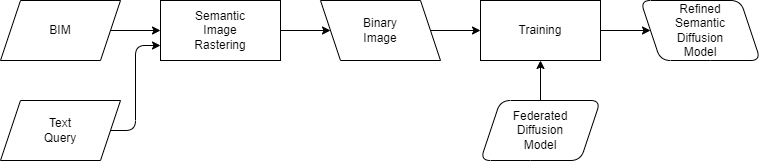
Earlier version of the draw.io export images/semantic_binary_model_train.drawio.png (AI4SC/bim-diffusion-models). Source tidied: cells renumbered, new cells last; positions are measured from the earlier drawing's top-left corner, leaving out a move shared by most shapes. Its diagram source:
```xml
<mxGraphModel>
  <root>
    <mxCell id="0" />
    <mxCell id="1" parent="0" />
    <mxCell id="2" style="edgeStyle=elbowEdgeStyle;html=1;exitX=1;exitY=0.5;exitDx=0;exitDy=0;entryX=0;entryY=0.75;entryDx=0;entryDy=0;" parent="1" edge="1" source="3" target="5">
      <mxGeometry relative="1" as="geometry" />
    </mxCell>
    <mxCell id="3" value="Text&lt;br&gt;Query" style="shape=parallelogram;perimeter=parallelogramPerimeter;whiteSpace=wrap;html=1;fixedSize=1;" parent="1" vertex="1">
      <mxGeometry y="100" width="120" height="60" as="geometry" />
    </mxCell>
    <mxCell id="4" value="Binary&lt;br&gt;Image" style="shape=parallelogram;perimeter=parallelogramPerimeter;whiteSpace=wrap;html=1;fixedSize=1;flipH=1;" parent="1" vertex="1">
      <mxGeometry x="320" width="120" height="60" as="geometry" />
    </mxCell>
    <mxCell id="5" value="Semantic&lt;br&gt;Image&lt;br style=&quot;border-color: var(--border-color);&quot;&gt;Rastering" style="rounded=0;whiteSpace=wrap;html=1;" parent="1" vertex="1">
      <mxGeometry x="160" width="120" height="60" as="geometry" />
    </mxCell>
    <mxCell id="6" value="Refined&lt;br&gt;Semantic&lt;br&gt;Diffusion&lt;br style=&quot;border-color: var(--border-color);&quot;&gt;Model" style="shape=parallelogram;perimeter=parallelogramPerimeter;whiteSpace=wrap;html=1;fixedSize=1;flipH=1;rounded=1;" parent="1" vertex="1">
      <mxGeometry x="640" width="120" height="60" as="geometry" />
    </mxCell>
    <mxCell id="7" value="Training" style="rounded=0;whiteSpace=wrap;html=1;" parent="1" vertex="1">
      <mxGeometry x="480" width="120" height="60" as="geometry" />
    </mxCell>
    <mxCell id="8" style="endArrow=classic;html=1;exitX=1;exitY=0.5;exitDx=0;exitDy=0;entryX=0;entryY=0.5;entryDx=0;entryDy=0;" parent="1" edge="1" source="4" target="7">
      <mxGeometry relative="1" as="geometry" />
    </mxCell>
    <mxCell id="9" style="endArrow=classic;html=1;exitX=1;exitY=0.5;exitDx=0;exitDy=0;entryX=0;entryY=0.5;entryDx=0;entryDy=0;" parent="1" edge="1" source="5" target="4">
      <mxGeometry relative="1" as="geometry" />
    </mxCell>
    <mxCell id="10" style="endArrow=classic;html=1;exitX=1;exitY=0.5;exitDx=0;exitDy=0;entryX=0;entryY=0.5;entryDx=0;entryDy=0;" parent="1" edge="1" source="7" target="6">
      <mxGeometry relative="1" as="geometry" />
    </mxCell>
    <mxCell id="11" value="BIM" style="shape=parallelogram;perimeter=parallelogramPerimeter;whiteSpace=wrap;html=1;fixedSize=1;flipH=0;" parent="1" vertex="1">
      <mxGeometry width="120" height="60" as="geometry" />
    </mxCell>
    <mxCell id="12" style="edgeStyle=none;html=1;exitX=1;exitY=0.5;exitDx=0;exitDy=0;entryX=0;entryY=0.5;entryDx=0;entryDy=0;" parent="1" edge="1" source="11" target="5">
      <mxGeometry relative="1" as="geometry" />
    </mxCell>
    <mxCell id="13" style="endArrow=classic;html=1;exitX=0.5;exitY=0;exitDx=0;exitDy=0;" parent="1" edge="1" source="14">
      <mxGeometry relative="1" as="geometry">
        <mxPoint x="540" y="60" as="targetPoint" />
      </mxGeometry>
    </mxCell>
    <mxCell id="14" value="Federated&lt;br&gt;Diffusion&lt;br style=&quot;border-color: var(--border-color);&quot;&gt;Model" style="shape=parallelogram;perimeter=parallelogramPerimeter;whiteSpace=wrap;html=1;fixedSize=1;flipH=0;rounded=1;" parent="13" vertex="1">
      <mxGeometry x="600" y="240" width="120" height="60" as="geometry" />
    </mxCell>
  </root>
</mxGraphModel>
```
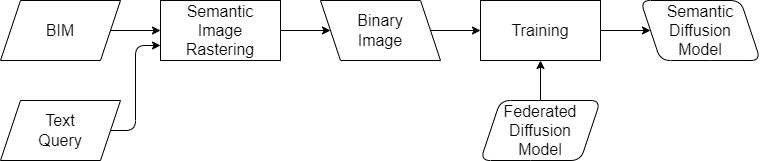
Above is the later version.

Change to the diagram source:
```diff
@@ -2,45 +2,45 @@
   <root>
     <mxCell id="0" />
     <mxCell id="1" parent="0" />
-    <mxCell id="2" style="edgeStyle=elbowEdgeStyle;html=1;exitX=1;exitY=0.5;exitDx=0;exitDy=0;entryX=0;entryY=0.75;entryDx=0;entryDy=0;" parent="1" edge="1" source="3" target="5">
+    <mxCell id="2" style="edgeStyle=elbowEdgeStyle;html=1;exitX=1;exitY=0.5;exitDx=0;exitDy=0;entryX=0;entryY=0.75;entryDx=0;entryDy=0;fontSize=16;" parent="1" edge="1" source="3" target="5">
       <mxGeometry relative="1" as="geometry" />
     </mxCell>
-    <mxCell id="3" value="Text&lt;br&gt;Query" style="shape=parallelogram;perimeter=parallelogramPerimeter;whiteSpace=wrap;html=1;fixedSize=1;" parent="1" vertex="1">
+    <mxCell id="3" value="Text&lt;br style=&quot;font-size: 16px;&quot;&gt;Query" style="shape=parallelogram;perimeter=parallelogramPerimeter;whiteSpace=wrap;html=1;fixedSize=1;fontSize=16;" parent="1" vertex="1">
       <mxGeometry y="100" width="120" height="60" as="geometry" />
     </mxCell>
-    <mxCell id="4" value="Binary&lt;br&gt;Image" style="shape=parallelogram;perimeter=parallelogramPerimeter;whiteSpace=wrap;html=1;fixedSize=1;flipH=1;" parent="1" vertex="1">
+    <mxCell id="4" value="Binary&lt;br style=&quot;font-size: 16px;&quot;&gt;Image" style="shape=parallelogram;perimeter=parallelogramPerimeter;whiteSpace=wrap;html=1;fixedSize=1;flipH=1;fontSize=16;" parent="1" vertex="1">
       <mxGeometry x="320" width="120" height="60" as="geometry" />
     </mxCell>
-    <mxCell id="5" value="Semantic&lt;br&gt;Image&lt;br style=&quot;border-color: var(--border-color);&quot;&gt;Rastering" style="rounded=0;whiteSpace=wrap;html=1;" parent="1" vertex="1">
+    <mxCell id="5" value="Semantic&lt;br style=&quot;font-size: 16px;&quot;&gt;Image&lt;br style=&quot;border-color: var(--border-color); font-size: 16px;&quot;&gt;Rastering" style="rounded=0;whiteSpace=wrap;html=1;fontSize=16;" parent="1" vertex="1">
       <mxGeometry x="160" width="120" height="60" as="geometry" />
     </mxCell>
-    <mxCell id="6" value="Refined&lt;br&gt;Semantic&lt;br&gt;Diffusion&lt;br style=&quot;border-color: var(--border-color);&quot;&gt;Model" style="shape=parallelogram;perimeter=parallelogramPerimeter;whiteSpace=wrap;html=1;fixedSize=1;flipH=1;rounded=1;" parent="1" vertex="1">
+    <mxCell id="6" value="Semantic&lt;br style=&quot;font-size: 16px;&quot;&gt;Diffusion&lt;br style=&quot;border-color: var(--border-color); font-size: 16px;&quot;&gt;Model" style="shape=parallelogram;perimeter=parallelogramPerimeter;whiteSpace=wrap;html=1;fixedSize=1;flipH=1;rounded=1;fontSize=16;" parent="1" vertex="1">
       <mxGeometry x="640" width="120" height="60" as="geometry" />
     </mxCell>
-    <mxCell id="7" value="Training" style="rounded=0;whiteSpace=wrap;html=1;" parent="1" vertex="1">
+    <mxCell id="7" value="Training" style="rounded=0;whiteSpace=wrap;html=1;fontSize=16;" parent="1" vertex="1">
       <mxGeometry x="480" width="120" height="60" as="geometry" />
     </mxCell>
-    <mxCell id="8" style="endArrow=classic;html=1;exitX=1;exitY=0.5;exitDx=0;exitDy=0;entryX=0;entryY=0.5;entryDx=0;entryDy=0;" parent="1" edge="1" source="4" target="7">
+    <mxCell id="8" style="endArrow=classic;html=1;exitX=1;exitY=0.5;exitDx=0;exitDy=0;entryX=0;entryY=0.5;entryDx=0;entryDy=0;fontSize=16;" parent="1" edge="1" source="4" target="7">
       <mxGeometry relative="1" as="geometry" />
     </mxCell>
-    <mxCell id="9" style="endArrow=classic;html=1;exitX=1;exitY=0.5;exitDx=0;exitDy=0;entryX=0;entryY=0.5;entryDx=0;entryDy=0;" parent="1" edge="1" source="5" target="4">
+    <mxCell id="9" style="endArrow=classic;html=1;exitX=1;exitY=0.5;exitDx=0;exitDy=0;entryX=0;entryY=0.5;entryDx=0;entryDy=0;fontSize=16;" parent="1" edge="1" source="5" target="4">
       <mxGeometry relative="1" as="geometry" />
     </mxCell>
-    <mxCell id="10" style="endArrow=classic;html=1;exitX=1;exitY=0.5;exitDx=0;exitDy=0;entryX=0;entryY=0.5;entryDx=0;entryDy=0;" parent="1" edge="1" source="7" target="6">
+    <mxCell id="10" style="endArrow=classic;html=1;exitX=1;exitY=0.5;exitDx=0;exitDy=0;entryX=0;entryY=0.5;entryDx=0;entryDy=0;fontSize=16;" parent="1" edge="1" source="7" target="6">
       <mxGeometry relative="1" as="geometry" />
     </mxCell>
-    <mxCell id="11" value="BIM" style="shape=parallelogram;perimeter=parallelogramPerimeter;whiteSpace=wrap;html=1;fixedSize=1;flipH=0;" parent="1" vertex="1">
+    <mxCell id="11" value="BIM" style="shape=parallelogram;perimeter=parallelogramPerimeter;whiteSpace=wrap;html=1;fixedSize=1;flipH=0;fontSize=16;" parent="1" vertex="1">
       <mxGeometry width="120" height="60" as="geometry" />
     </mxCell>
-    <mxCell id="12" style="edgeStyle=none;html=1;exitX=1;exitY=0.5;exitDx=0;exitDy=0;entryX=0;entryY=0.5;entryDx=0;entryDy=0;" parent="1" edge="1" source="11" target="5">
+    <mxCell id="12" style="edgeStyle=none;html=1;exitX=1;exitY=0.5;exitDx=0;exitDy=0;entryX=0;entryY=0.5;entryDx=0;entryDy=0;fontSize=16;" parent="1" edge="1" source="11" target="5">
       <mxGeometry relative="1" as="geometry" />
     </mxCell>
-    <mxCell id="13" style="endArrow=classic;html=1;exitX=0.5;exitY=0;exitDx=0;exitDy=0;" parent="1" edge="1" source="14">
+    <mxCell id="13" style="endArrow=classic;html=1;exitX=0.5;exitY=0;exitDx=0;exitDy=0;fontSize=16;" parent="1" edge="1" source="14">
       <mxGeometry relative="1" as="geometry">
         <mxPoint x="540" y="60" as="targetPoint" />
       </mxGeometry>
     </mxCell>
-    <mxCell id="14" value="Federated&lt;br&gt;Diffusion&lt;br style=&quot;border-color: var(--border-color);&quot;&gt;Model" style="shape=parallelogram;perimeter=parallelogramPerimeter;whiteSpace=wrap;html=1;fixedSize=1;flipH=0;rounded=1;" parent="13" vertex="1">
+    <mxCell id="14" value="Federated&lt;br style=&quot;font-size: 16px;&quot;&gt;Diffusion&lt;br style=&quot;border-color: var(--border-color); font-size: 16px;&quot;&gt;Model" style="shape=parallelogram;perimeter=parallelogramPerimeter;whiteSpace=wrap;html=1;fixedSize=1;flipH=0;rounded=1;fontSize=16;" parent="13" vertex="1">
       <mxGeometry x="600" y="240" width="120" height="60" as="geometry" />
     </mxCell>
   </root>
```
